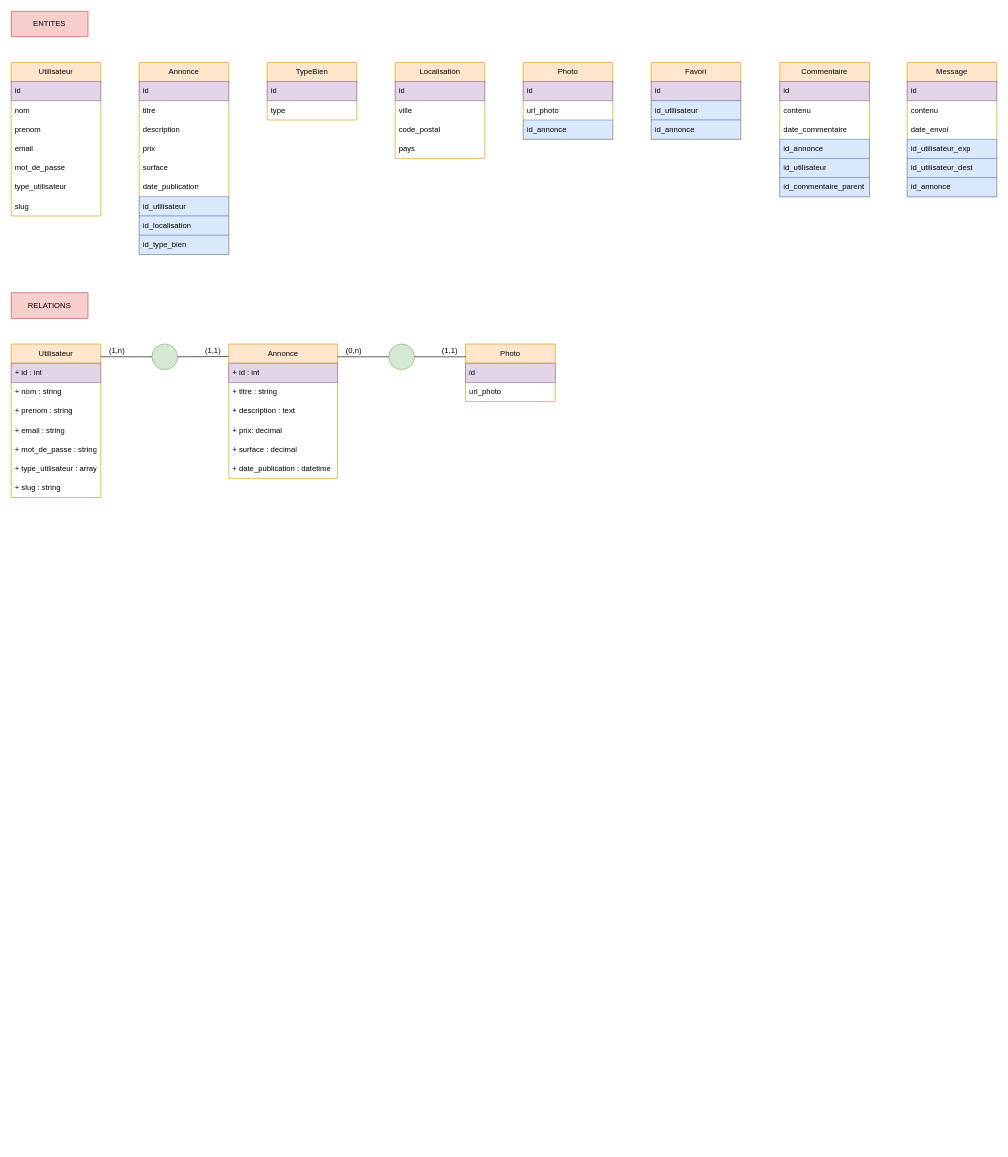
Earlier version of the draw.io diagram trouvemontoit.drawio (waerks/TrouveMonToit). Source tidied: cells renumbered, new cells numbered last; positions are measured from the earlier drawing's top-left corner, leaving out a move shared by most shapes. Both pictures are drawn from the tidied source at 64%, with x=0, y=0 at pixel (11, 11).
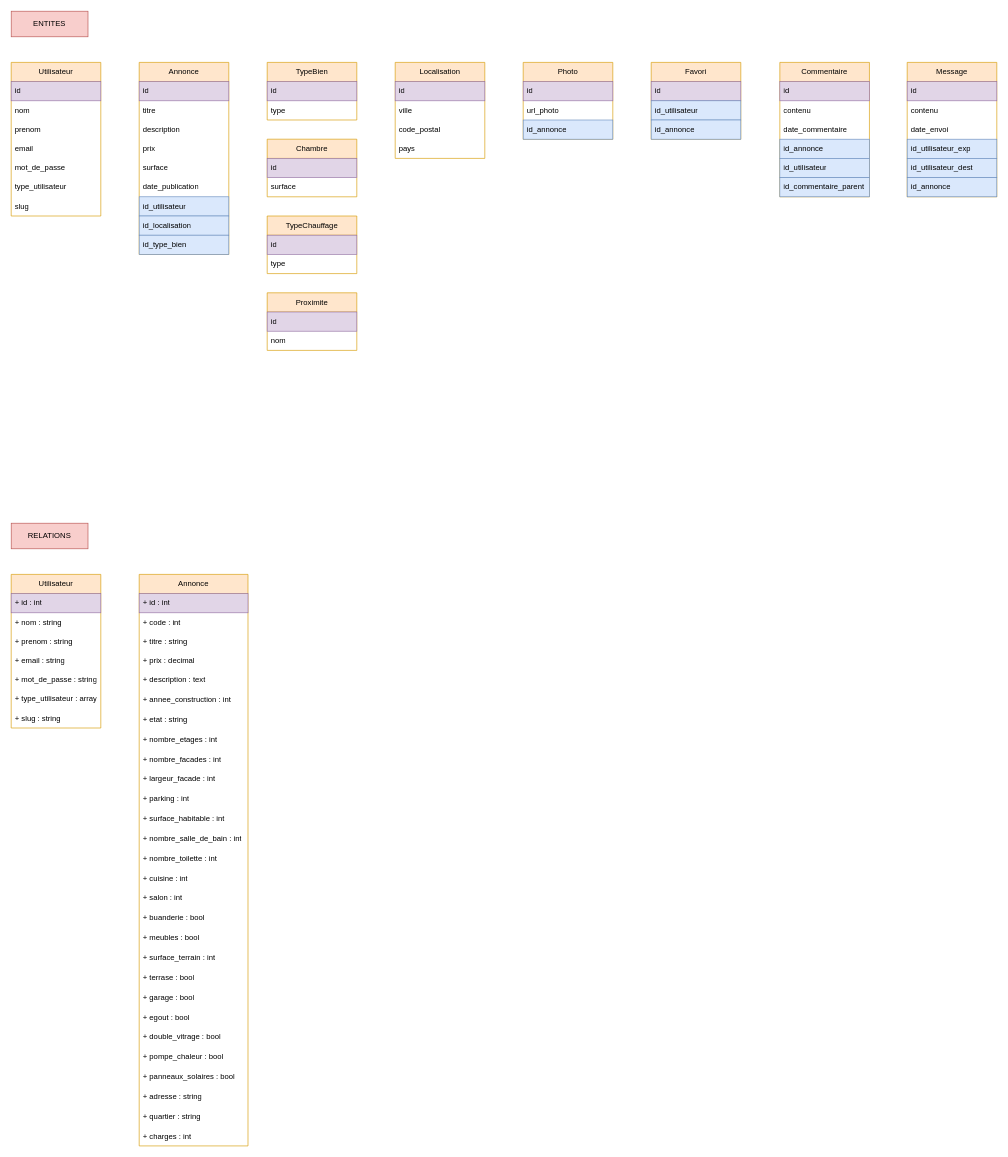
Above is the later version.

The edit, as a diff of the source:
```diff
@@
     <mxCell id="50" value="RELATIONS" style="rounded=0;whiteSpace=wrap;html=1;fillColor=#f8cecc;strokeColor=#b85450;" parent="1" vertex="1">
-      <mxGeometry y="440" width="120" height="40" as="geometry" />
+      <mxGeometry y="800" width="120" height="40" as="geometry" />
     </mxCell>
@@
     <mxCell id="52" value="Utilisateur" style="swimlane;fontStyle=0;horizontal=1;startSize=30;whiteSpace=wrap;html=1;fillColor=#ffe6cc;strokeColor=#d79b00;" parent="1" vertex="1">
-      <mxGeometry y="520" width="140" height="240" as="geometry" />
+      <mxGeometry y="880" width="140" height="240" as="geometry" />
     </mxCell>
@@
     <mxCell id="60" value="Annonce" style="swimlane;fontStyle=0;horizontal=1;startSize=30;whiteSpace=wrap;html=1;fillColor=#ffe6cc;strokeColor=#d79b00;" parent="1" vertex="1">
-      <mxGeometry x="340" y="520" width="170" height="210" as="geometry" />
+      <mxGeometry x="200" y="880" width="170" height="893" as="geometry" />
     </mxCell>
@@
-    <mxCell id="62" value="+ titre : string" style="text;strokeColor=none;fillColor=none;align=left;verticalAlign=middle;spacingLeft=4;spacingRight=4;overflow=hidden;whiteSpace=wrap;html=1;" parent="60" vertex="1">
+    <mxCell id="62" value="+ code : int" style="text;strokeColor=none;fillColor=none;align=left;verticalAlign=middle;spacingLeft=4;spacingRight=4;overflow=hidden;whiteSpace=wrap;html=1;" parent="60" vertex="1">
       <mxGeometry y="60" width="170" height="30" as="geometry" />
     </mxCell>
+    <mxCell id="80" value="+ titre : string" style="text;strokeColor=none;fillColor=none;align=left;verticalAlign=middle;spacingLeft=4;spacingRight=4;overflow=hidden;whiteSpace=wrap;html=1;" parent="60" vertex="1">
+      <mxGeometry y="90" width="170" height="30" as="geometry" />
+    </mxCell>
+    <mxCell id="64" value="+ prix : decimal" style="text;strokeColor=none;fillColor=none;align=left;verticalAlign=middle;spacingLeft=4;spacingRight=4;overflow=hidden;whiteSpace=wrap;html=1;" parent="60" vertex="1">
+      <mxGeometry y="120" width="170" height="30" as="geometry" />
+    </mxCell>
     <mxCell id="63" value="+ description : text" style="text;strokeColor=none;fillColor=none;align=left;verticalAlign=middle;spacingLeft=4;spacingRight=4;overflow=hidden;whiteSpace=wrap;html=1;" parent="60" vertex="1">
-      <mxGeometry y="90" width="170" height="30" as="geometry" />
+      <mxGeometry y="150" width="170" height="30" as="geometry" />
     </mxCell>
-    <mxCell id="64" value="+ prix: decimal" style="text;strokeColor=none;fillColor=none;align=left;verticalAlign=middle;spacingLeft=4;spacingRight=4;overflow=hidden;whiteSpace=wrap;html=1;" parent="60" vertex="1">
-      <mxGeometry y="120" width="170" height="30" as="geometry" />
-    </mxCell>
-    <mxCell id="65" value="+ surface : decimal" style="text;strokeColor=none;fillColor=none;align=left;verticalAlign=middle;spacingLeft=4;spacingRight=4;overflow=hidden;whiteSpace=wrap;html=1;" parent="60" vertex="1">
-      <mxGeometry y="150" width="170" height="30" as="geometry" />
-    </mxCell>
-    <mxCell id="66" value="+ date_publication : datetime" style="text;strokeColor=none;fillColor=none;align=left;verticalAlign=middle;spacingLeft=4;spacingRight=4;overflow=hidden;whiteSpace=wrap;html=1;" parent="60" vertex="1">
-      <mxGeometry y="180" width="170" height="30" as="geometry" />
-    </mxCell>
-    <mxCell id="67" style="ellipse;whiteSpace=wrap;html=1;fillColor=#d5e8d4;strokeColor=#82b366;" parent="1" vertex="1">
-      <mxGeometry x="220" y="520" width="40" height="40" as="geometry" />
-    </mxCell>
-    <mxCell id="68" style="endArrow=none;html=1;rounded=0;entryX=0;entryY=0.5;entryDx=0;entryDy=0;exitX=1;exitY=0.083;exitDx=0;exitDy=0;exitPerimeter=0;" parent="1" edge="1" source="52" target="67">
-      <mxGeometry relative="1" as="geometry" />
-    </mxCell>
-    <mxCell id="69" value="(1,n)" style="text;html=1;align=center;verticalAlign=middle;strokeColor=none;fillColor=none;" parent="1" vertex="1">
-      <mxGeometry x="140" y="515" width="50" height="30" as="geometry" />
-    </mxCell>
-    <mxCell id="70" style="endArrow=none;html=1;rounded=0;entryX=1;entryY=0.5;entryDx=0;entryDy=0;exitX=-0.001;exitY=0.093;exitDx=0;exitDy=0;exitPerimeter=0;" parent="1" edge="1" source="60" target="67">
-      <mxGeometry relative="1" as="geometry" />
-    </mxCell>
-    <mxCell id="71" value="(1,1)" style="text;html=1;align=center;verticalAlign=middle;strokeColor=none;fillColor=none;" parent="1" vertex="1">
-      <mxGeometry x="290" y="515" width="50" height="30" as="geometry" />
-    </mxCell>
-    <mxCell id="72" value="Photo" style="swimlane;fontStyle=0;horizontal=1;startSize=30;whiteSpace=wrap;html=1;fillColor=#ffe6cc;strokeColor=#d79b00;" parent="1" vertex="1">
-      <mxGeometry x="710" y="520" width="140" height="90" as="geometry" />
-    </mxCell>
-    <mxCell id="73" value="id" style="text;strokeColor=#9673a6;fillColor=#e1d5e7;align=left;verticalAlign=middle;spacingLeft=4;spacingRight=4;overflow=hidden;whiteSpace=wrap;html=1;" parent="72" vertex="1">
-      <mxGeometry y="30" width="140" height="30" as="geometry" />
-    </mxCell>
-    <mxCell id="74" value="url_photo" style="text;strokeColor=none;fillColor=none;align=left;verticalAlign=middle;spacingLeft=4;spacingRight=4;overflow=hidden;whiteSpace=wrap;html=1;" parent="72" vertex="1">
-      <mxGeometry y="60" width="140" height="30" as="geometry" />
-    </mxCell>
-    <mxCell id="75" style="ellipse;whiteSpace=wrap;html=1;fillColor=#d5e8d4;strokeColor=#82b366;" parent="1" vertex="1">
-      <mxGeometry x="590" y="520" width="40" height="40" as="geometry" />
-    </mxCell>
-    <mxCell id="76" style="endArrow=none;html=1;rounded=0;entryX=0;entryY=0.5;entryDx=0;entryDy=0;exitX=1;exitY=0.083;exitDx=0;exitDy=0;exitPerimeter=0;" parent="1" edge="1" target="75">
-      <mxGeometry relative="1" as="geometry">
-        <mxPoint x="510" y="540" as="sourcePoint" />
-      </mxGeometry>
-    </mxCell>
-    <mxCell id="77" value="(0,n)" style="text;html=1;align=center;verticalAlign=middle;strokeColor=none;fillColor=none;" parent="1" vertex="1">
-      <mxGeometry x="510" y="515" width="50" height="30" as="geometry" />
-    </mxCell>
-    <mxCell id="78" style="endArrow=none;html=1;rounded=0;entryX=1;entryY=0.5;entryDx=0;entryDy=0;exitX=-0.001;exitY=0.093;exitDx=0;exitDy=0;exitPerimeter=0;" parent="1" edge="1" target="75">
-      <mxGeometry relative="1" as="geometry">
-        <mxPoint x="710" y="540" as="sourcePoint" />
-      </mxGeometry>
-    </mxCell>
-    <mxCell id="79" value="(1,1)" style="text;html=1;align=center;verticalAlign=middle;strokeColor=none;fillColor=none;" parent="1" vertex="1">
-      <mxGeometry x="660" y="515" width="50" height="30" as="geometry" />
-    </mxCell>
+    <mxCell id="81" value="+ annee_construction : int" style="text;strokeColor=none;fillColor=none;align=left;verticalAlign=middle;spacingLeft=4;spacingRight=4;overflow=hidden;whiteSpace=wrap;html=1;" parent="60" vertex="1">
+      <mxGeometry y="180" width="170" height="31" as="geometry" />
+    </mxCell>
+    <mxCell id="82" value="+ etat : string" style="text;strokeColor=none;fillColor=none;align=left;verticalAlign=middle;spacingLeft=4;spacingRight=4;overflow=hidden;whiteSpace=wrap;html=1;" parent="60" vertex="1">
+      <mxGeometry y="211" width="170" height="31" as="geometry" />
+    </mxCell>
+    <mxCell id="83" value="+ nombre_etages : int" style="text;strokeColor=none;fillColor=none;align=left;verticalAlign=middle;spacingLeft=4;spacingRight=4;overflow=hidden;whiteSpace=wrap;html=1;" parent="60" vertex="1">
+      <mxGeometry y="242" width="170" height="31" as="geometry" />
+    </mxCell>
+    <mxCell id="84" value="+ nombre_facades : int" style="text;strokeColor=none;fillColor=none;align=left;verticalAlign=middle;spacingLeft=4;spacingRight=4;overflow=hidden;whiteSpace=wrap;html=1;" parent="60" vertex="1">
+      <mxGeometry y="273" width="170" height="31" as="geometry" />
+    </mxCell>
+    <mxCell id="85" value="+ largeur_facade : int" style="text;strokeColor=none;fillColor=none;align=left;verticalAlign=middle;spacingLeft=4;spacingRight=4;overflow=hidden;whiteSpace=wrap;html=1;" parent="60" vertex="1">
+      <mxGeometry y="304" width="170" height="31" as="geometry" />
+    </mxCell>
+    <mxCell id="86" value="+ parking : int" style="text;strokeColor=none;fillColor=none;align=left;verticalAlign=middle;spacingLeft=4;spacingRight=4;overflow=hidden;whiteSpace=wrap;html=1;" parent="60" vertex="1">
+      <mxGeometry y="335" width="170" height="31" as="geometry" />
+    </mxCell>
+    <mxCell id="87" value="+ surface_habitable : int" style="text;strokeColor=none;fillColor=none;align=left;verticalAlign=middle;spacingLeft=4;spacingRight=4;overflow=hidden;whiteSpace=wrap;html=1;" parent="60" vertex="1">
+      <mxGeometry y="366" width="170" height="31" as="geometry" />
+    </mxCell>
+    <mxCell id="88" value="+ nombre_salle_de_bain : int" style="text;strokeColor=none;fillColor=none;align=left;verticalAlign=middle;spacingLeft=4;spacingRight=4;overflow=hidden;whiteSpace=wrap;html=1;" parent="60" vertex="1">
+      <mxGeometry y="397" width="170" height="31" as="geometry" />
+    </mxCell>
+    <mxCell id="89" value="+ nombre_toilette : int" style="text;strokeColor=none;fillColor=none;align=left;verticalAlign=middle;spacingLeft=4;spacingRight=4;overflow=hidden;whiteSpace=wrap;html=1;" parent="60" vertex="1">
+      <mxGeometry y="428" width="170" height="31" as="geometry" />
+    </mxCell>
+    <mxCell id="90" value="+ cuisine : int" style="text;strokeColor=none;fillColor=none;align=left;verticalAlign=middle;spacingLeft=4;spacingRight=4;overflow=hidden;whiteSpace=wrap;html=1;" parent="60" vertex="1">
+      <mxGeometry y="459" width="170" height="31" as="geometry" />
+    </mxCell>
+    <mxCell id="91" value="+ salon : int" style="text;strokeColor=none;fillColor=none;align=left;verticalAlign=middle;spacingLeft=4;spacingRight=4;overflow=hidden;whiteSpace=wrap;html=1;" parent="60" vertex="1">
+      <mxGeometry y="490" width="170" height="31" as="geometry" />
+    </mxCell>
+    <mxCell id="92" value="+ buanderie : bool" style="text;strokeColor=none;fillColor=none;align=left;verticalAlign=middle;spacingLeft=4;spacingRight=4;overflow=hidden;whiteSpace=wrap;html=1;" parent="60" vertex="1">
+      <mxGeometry y="521" width="170" height="31" as="geometry" />
+    </mxCell>
+    <mxCell id="93" value="+ meubles : bool" style="text;strokeColor=none;fillColor=none;align=left;verticalAlign=middle;spacingLeft=4;spacingRight=4;overflow=hidden;whiteSpace=wrap;html=1;" parent="60" vertex="1">
+      <mxGeometry y="552" width="170" height="31" as="geometry" />
+    </mxCell>
+    <mxCell id="94" value="+ surface_terrain : int" style="text;strokeColor=none;fillColor=none;align=left;verticalAlign=middle;spacingLeft=4;spacingRight=4;overflow=hidden;whiteSpace=wrap;html=1;" parent="60" vertex="1">
+      <mxGeometry y="583" width="170" height="31" as="geometry" />
+    </mxCell>
+    <mxCell id="95" value="+ terrase : bool" style="text;strokeColor=none;fillColor=none;align=left;verticalAlign=middle;spacingLeft=4;spacingRight=4;overflow=hidden;whiteSpace=wrap;html=1;" parent="60" vertex="1">
+      <mxGeometry y="614" width="170" height="31" as="geometry" />
+    </mxCell>
+    <mxCell id="96" value="+ garage : bool" style="text;strokeColor=none;fillColor=none;align=left;verticalAlign=middle;spacingLeft=4;spacingRight=4;overflow=hidden;whiteSpace=wrap;html=1;" parent="60" vertex="1">
+      <mxGeometry y="645" width="170" height="31" as="geometry" />
+    </mxCell>
+    <mxCell id="97" value="+ egout : bool" style="text;strokeColor=none;fillColor=none;align=left;verticalAlign=middle;spacingLeft=4;spacingRight=4;overflow=hidden;whiteSpace=wrap;html=1;" parent="60" vertex="1">
+      <mxGeometry y="676" width="170" height="31" as="geometry" />
+    </mxCell>
+    <mxCell id="98" value="+ double_vitrage : bool" style="text;strokeColor=none;fillColor=none;align=left;verticalAlign=middle;spacingLeft=4;spacingRight=4;overflow=hidden;whiteSpace=wrap;html=1;" parent="60" vertex="1">
+      <mxGeometry y="707" width="170" height="31" as="geometry" />
+    </mxCell>
+    <mxCell id="99" value="+ pompe_chaleur : bool" style="text;strokeColor=none;fillColor=none;align=left;verticalAlign=middle;spacingLeft=4;spacingRight=4;overflow=hidden;whiteSpace=wrap;html=1;" parent="60" vertex="1">
+      <mxGeometry y="738" width="170" height="31" as="geometry" />
+    </mxCell>
+    <mxCell id="100" value="+ panneaux_solaires : bool" style="text;strokeColor=none;fillColor=none;align=left;verticalAlign=middle;spacingLeft=4;spacingRight=4;overflow=hidden;whiteSpace=wrap;html=1;" parent="60" vertex="1">
+      <mxGeometry y="769" width="170" height="31" as="geometry" />
+    </mxCell>
+    <mxCell id="101" value="+ adresse : string" style="text;strokeColor=none;fillColor=none;align=left;verticalAlign=middle;spacingLeft=4;spacingRight=4;overflow=hidden;whiteSpace=wrap;html=1;" parent="60" vertex="1">
+      <mxGeometry y="800" width="170" height="31" as="geometry" />
+    </mxCell>
+    <mxCell id="102" value="+ quartier : string" style="text;strokeColor=none;fillColor=none;align=left;verticalAlign=middle;spacingLeft=4;spacingRight=4;overflow=hidden;whiteSpace=wrap;html=1;" parent="60" vertex="1">
+      <mxGeometry y="831" width="170" height="31" as="geometry" />
+    </mxCell>
+    <mxCell id="103" value="+ charges : int" style="text;strokeColor=none;fillColor=none;align=left;verticalAlign=middle;spacingLeft=4;spacingRight=4;overflow=hidden;whiteSpace=wrap;html=1;" parent="60" vertex="1">
+      <mxGeometry y="862" width="170" height="31" as="geometry" />
+    </mxCell>
+    <mxCell id="104" value="Chambre" style="swimlane;fontStyle=0;horizontal=1;startSize=30;whiteSpace=wrap;html=1;fillColor=#ffe6cc;strokeColor=#d79b00;" parent="1" vertex="1">
+      <mxGeometry x="400" y="200" width="140" height="90" as="geometry" />
+    </mxCell>
+    <mxCell id="105" value="id" style="text;strokeColor=#9673a6;fillColor=#e1d5e7;align=left;verticalAlign=middle;spacingLeft=4;spacingRight=4;overflow=hidden;whiteSpace=wrap;html=1;" parent="104" vertex="1">
+      <mxGeometry y="30" width="140" height="30" as="geometry" />
+    </mxCell>
+    <mxCell id="106" value="surface" style="text;strokeColor=none;fillColor=none;align=left;verticalAlign=middle;spacingLeft=4;spacingRight=4;overflow=hidden;whiteSpace=wrap;html=1;" parent="104" vertex="1">
+      <mxGeometry y="60" width="140" height="30" as="geometry" />
+    </mxCell>
+    <mxCell id="107" value="TypeChauffage" style="swimlane;fontStyle=0;horizontal=1;startSize=30;whiteSpace=wrap;html=1;fillColor=#ffe6cc;strokeColor=#d79b00;" parent="1" vertex="1">
+      <mxGeometry x="400" y="320" width="140" height="90" as="geometry" />
+    </mxCell>
+    <mxCell id="108" value="id" style="text;strokeColor=#9673a6;fillColor=#e1d5e7;align=left;verticalAlign=middle;spacingLeft=4;spacingRight=4;overflow=hidden;whiteSpace=wrap;html=1;" parent="107" vertex="1">
+      <mxGeometry y="30" width="140" height="30" as="geometry" />
+    </mxCell>
+    <mxCell id="109" value="type" style="text;strokeColor=none;fillColor=none;align=left;verticalAlign=middle;spacingLeft=4;spacingRight=4;overflow=hidden;whiteSpace=wrap;html=1;" parent="107" vertex="1">
+      <mxGeometry y="60" width="140" height="30" as="geometry" />
+    </mxCell>
+    <mxCell id="110" value="Proximite" style="swimlane;fontStyle=0;horizontal=1;startSize=30;whiteSpace=wrap;html=1;fillColor=#ffe6cc;strokeColor=#d79b00;" parent="1" vertex="1">
+      <mxGeometry x="400" y="440" width="140" height="90" as="geometry" />
+    </mxCell>
+    <mxCell id="111" value="id" style="text;strokeColor=#9673a6;fillColor=#e1d5e7;align=left;verticalAlign=middle;spacingLeft=4;spacingRight=4;overflow=hidden;whiteSpace=wrap;html=1;" parent="110" vertex="1">
+      <mxGeometry y="30" width="140" height="30" as="geometry" />
+    </mxCell>
+    <mxCell id="112" value="nom" style="text;strokeColor=none;fillColor=none;align=left;verticalAlign=middle;spacingLeft=4;spacingRight=4;overflow=hidden;whiteSpace=wrap;html=1;" parent="110" vertex="1">
+      <mxGeometry y="60" width="140" height="30" as="geometry" />
+    </mxCell>
```
